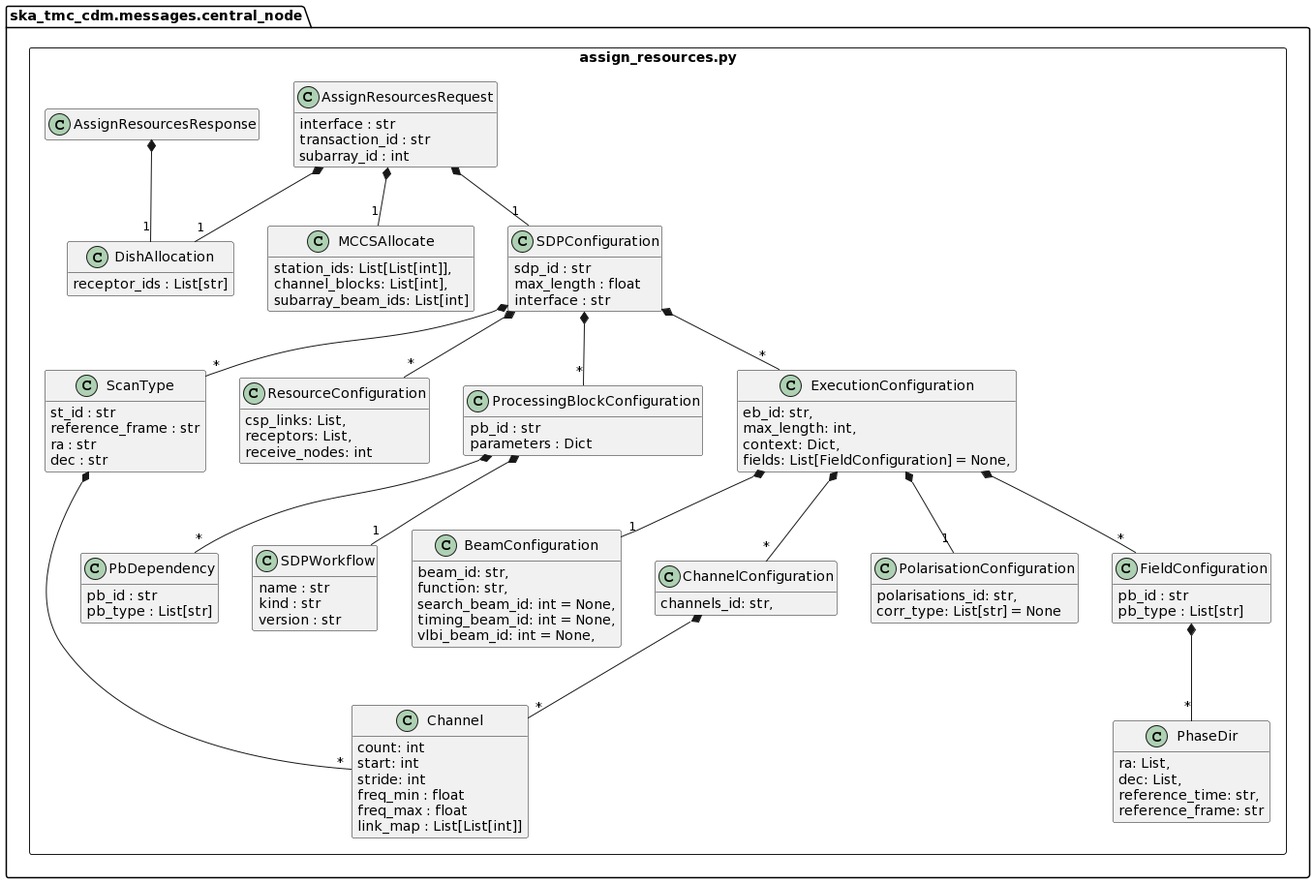
This is docs/src/developer/centralnode/assignresources.png from ska-telescope/cdm-shared-library, a PlantUML export, as it was before one commit.
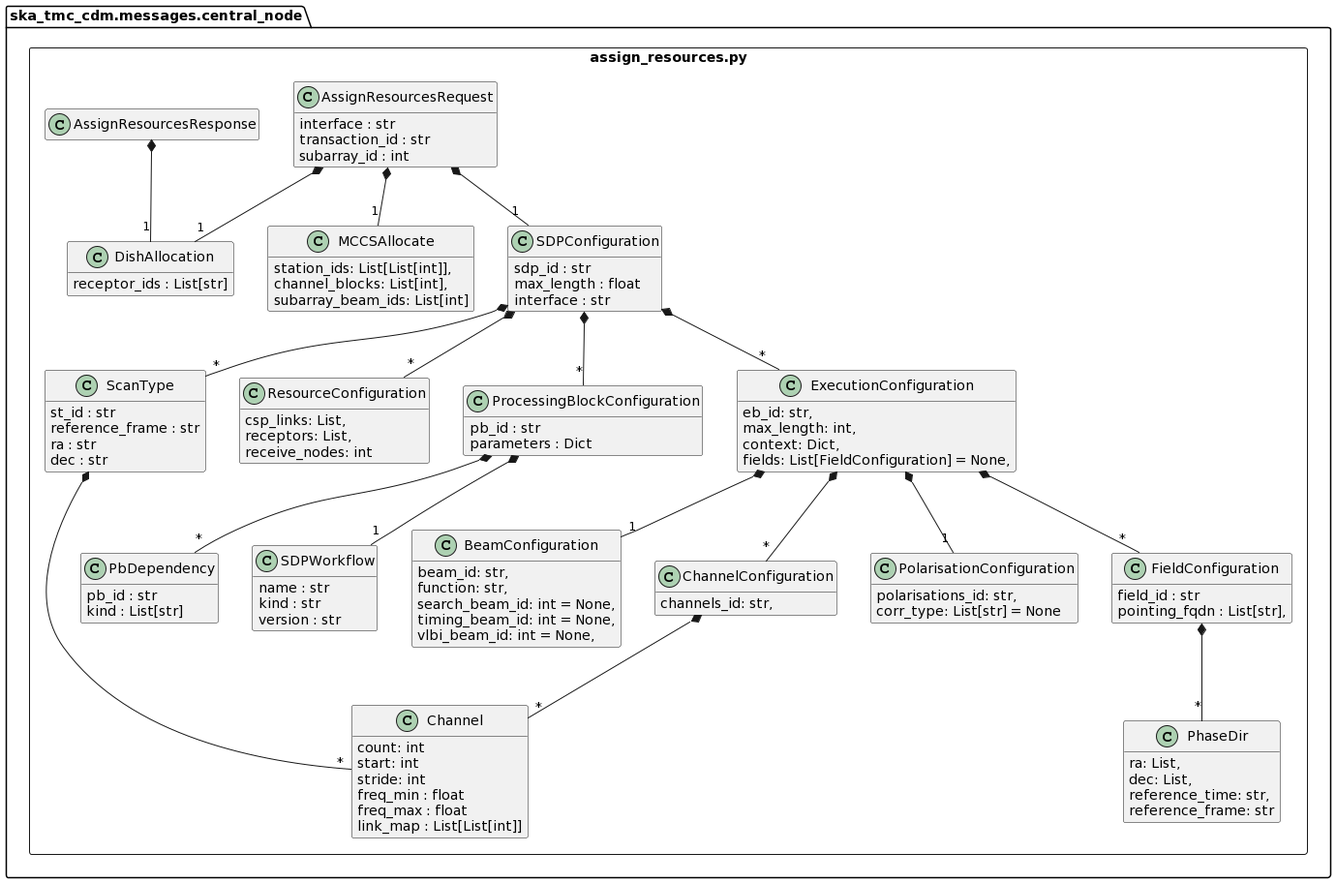
After the change.

Change to the diagram source:
```diff
@@ -32,7 +32,7 @@
 
         class PbDependency {
             pb_id : str
-            pb_type : List[str]
+            kind : List[str]
         }
          class ResourceConfiguration {
             csp_links: List,
@@ -62,8 +62,8 @@
         }
 
         class FieldConfiguration {
-            pb_id : str
-            pb_type : List[str]
+            field_id : str
+            pointing_fqdn : List[str],
         }
 
         FieldConfiguration  *-- "*" PhaseDir
```
